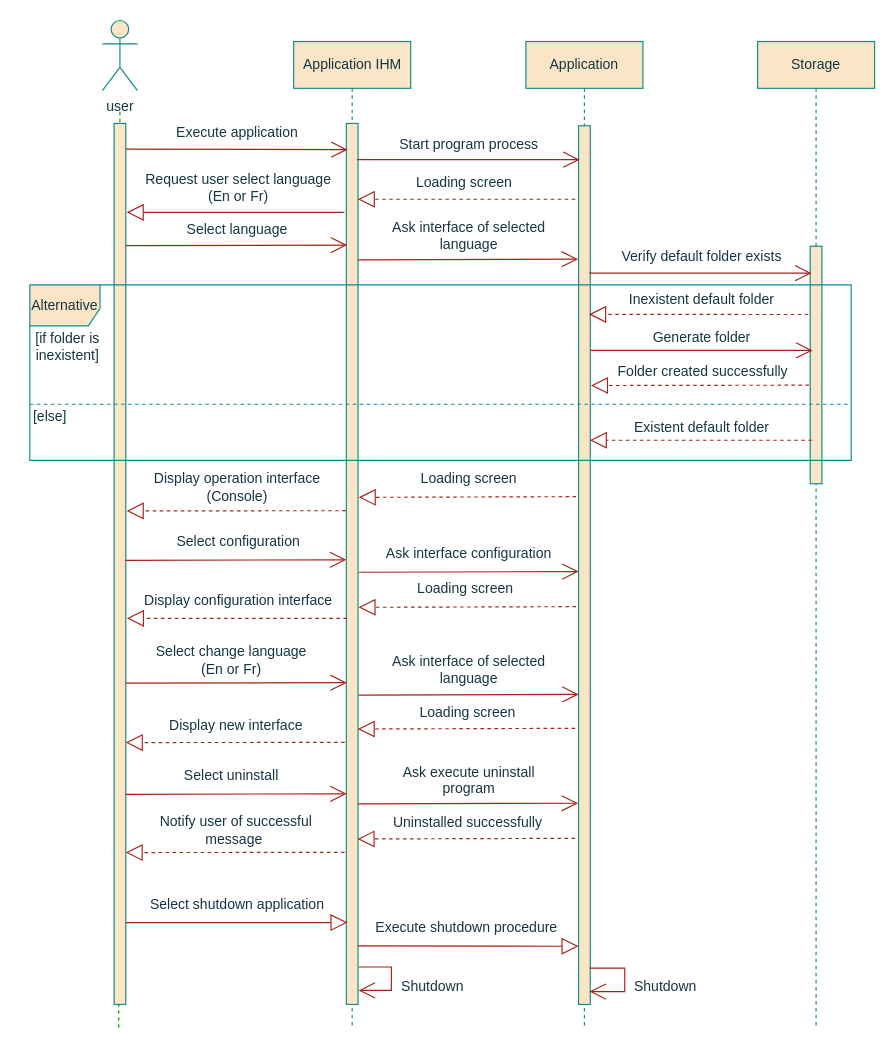
Above: configuration diagram.drawio in Weicheng178/UML (draw.io), before the change. Source tidied: cells renumbered, new cells numbered last; positions are measured from the earlier drawing's top-left corner, leaving out a move shared by most shapes. Both pictures are drawn from the tidied source at 117%, with x=0, y=0 at pixel (20, 20).
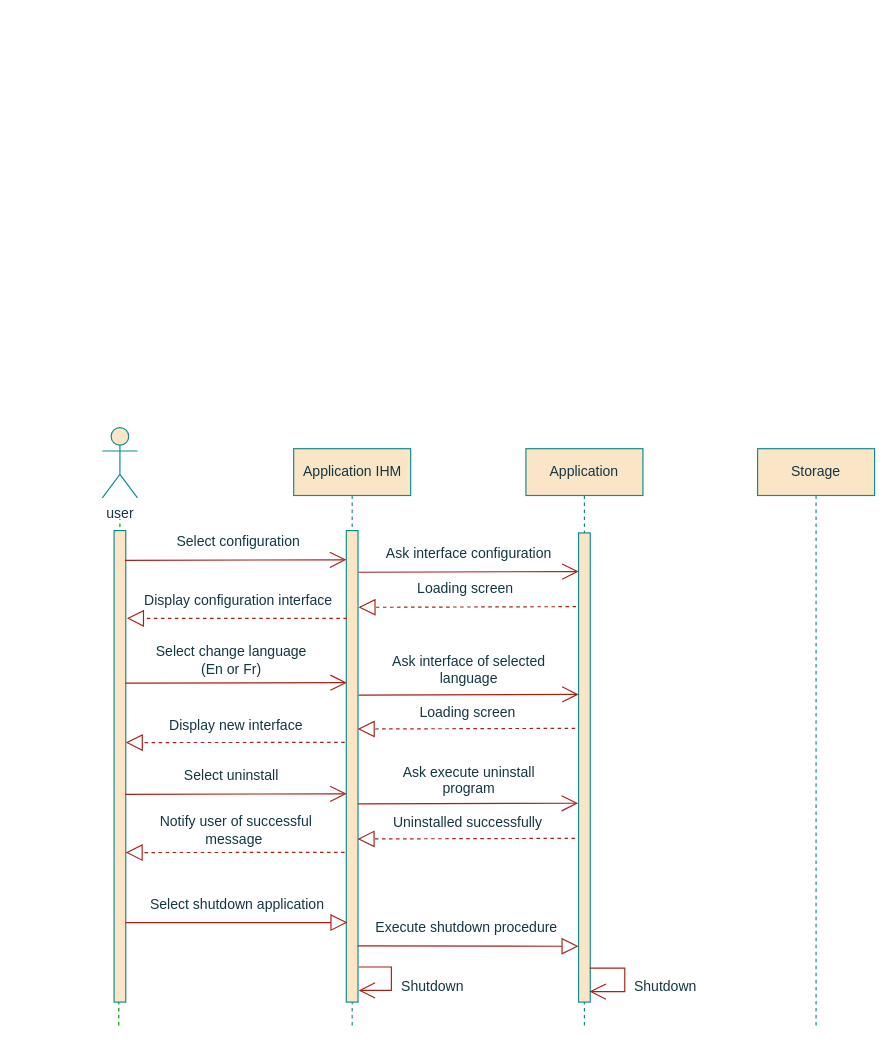
After the change.

Diff of the diagram source:
```diff
@@
     <mxCell id="2" style="endArrow=none;dashed=1;html=1;rounded=0;labelBackgroundColor=#DAD2D8;strokeColor=#009900;fontColor=#143642;" parent="1" edge="1">
       <mxGeometry relative="1" as="geometry">
-        <mxPoint x="84" y="861" as="sourcePoint" />
-        <mxPoint x="85" y="78" as="targetPoint" />
+        <mxPoint x="84" y="859" as="sourcePoint" />
+        <mxPoint x="85" y="426" as="targetPoint" />
       </mxGeometry>
     </mxCell>
     <mxCell id="3" value="&lt;span style=&quot;&quot;&gt;Application IHM&lt;/span&gt;" style="shape=umlLifeline;perimeter=lifelinePerimeter;whiteSpace=wrap;html=1;rounded=0;fillColor=#FAE5C7;strokeColor=#0F8B8D;fontColor=#143642;" parent="1" vertex="1">
-      <mxGeometry x="233.5" y="18" width="100" height="843" as="geometry" />
+      <mxGeometry x="233.5" y="366" width="100" height="493" as="geometry" />
     </mxCell>
     <mxCell id="4" value="user" style="shape=umlActor;verticalLabelPosition=bottom;verticalAlign=top;html=1;rounded=0;fillColor=#FAE5C7;strokeColor=#0F8B8D;fontColor=#143642;" parent="1" vertex="1">
-      <mxGeometry x="70" width="30" height="60" as="geometry" />
+      <mxGeometry x="70" y="348" width="30" height="60" as="geometry" />
     </mxCell>
     <mxCell id="5" value="&lt;span style=&quot;&quot;&gt;Application&lt;/span&gt;" style="shape=umlLifeline;perimeter=lifelinePerimeter;whiteSpace=wrap;html=1;rounded=0;fillColor=#FAE5C7;strokeColor=#0F8B8D;fontColor=#143642;" parent="1" vertex="1">
-      <mxGeometry x="432" y="18" width="100" height="843" as="geometry" />
+      <mxGeometry x="432" y="366" width="100" height="493" as="geometry" />
     </mxCell>
     <mxCell id="6" value="&lt;span style=&quot;&quot;&gt;Storage&lt;/span&gt;" style="shape=umlLifeline;perimeter=lifelinePerimeter;whiteSpace=wrap;html=1;rounded=0;fillColor=#FAE5C7;strokeColor=#0F8B8D;fontColor=#143642;" parent="1" vertex="1">
-      <mxGeometry x="630" y="18" width="100" height="843" as="geometry" />
+      <mxGeometry x="630" y="366" width="100" height="493" as="geometry" />
     </mxCell>
     <mxCell id="7" style="html=1;perimeter=orthogonalPerimeter;rounded=0;glass=0;labelBackgroundColor=none;fillStyle=auto;fillColor=#FAE5C7;strokeColor=#0F8B8D;fontColor=#143642;" parent="1" vertex="1">
-      <mxGeometry x="80" y="88" width="10" height="753" as="geometry" />
+      <mxGeometry x="80" y="436" width="10" height="403" as="geometry" />
     </mxCell>
     <mxCell id="8" style="html=1;perimeter=orthogonalPerimeter;rounded=0;glass=0;labelBackgroundColor=none;fillStyle=auto;fillColor=#FAE5C7;strokeColor=#0F8B8D;fontColor=#143642;" parent="1" vertex="1">
-      <mxGeometry x="278.5" y="88" width="10" height="753" as="geometry" />
+      <mxGeometry x="278.5" y="436" width="10" height="403" as="geometry" />
     </mxCell>
     <mxCell id="9" style="html=1;perimeter=orthogonalPerimeter;rounded=0;glass=0;labelBackgroundColor=none;fillStyle=auto;fillColor=#FAE5C7;strokeColor=#0F8B8D;fontColor=#143642;" parent="1" vertex="1">
-      <mxGeometry x="477" y="90" width="10" height="751" as="geometry" />
+      <mxGeometry x="477" y="438" width="10" height="401" as="geometry" />
     </mxCell>
@@
-    <mxCell id="34" style="html=1;perimeter=orthogonalPerimeter;rounded=0;glass=0;labelBackgroundColor=none;fillStyle=auto;fillColor=#FAE5C7;strokeColor=#0F8B8D;fontColor=#143642;" parent="1" vertex="1">
-      <mxGeometry x="675" y="193" width="10" height="203" as="geometry" />
-    </mxCell>
-    <mxCell id="35" style="endArrow=block;dashed=1;endFill=0;endSize=12;html=1;rounded=0;exitX=-0.161;exitY=0.058;exitDx=0;exitDy=0;exitPerimeter=0;labelBackgroundColor=#DAD2D8;strokeColor=#A8201A;fontColor=#143642;" parent="1" edge="1">
-      <mxGeometry relative="1" as="geometry">
-        <mxPoint x="673.4" y="251.3" as="sourcePoint" />
-        <mxPoint x="486" y="251.2" as="targetPoint" />
-      </mxGeometry>
-    </mxCell>
-    <mxCell id="36" style="endArrow=block;dashed=1;endFill=0;endSize=12;html=1;rounded=0;labelBackgroundColor=#DAD2D8;strokeColor=#A8201A;fontColor=#143642;" parent="1" edge="1">
-      <mxGeometry relative="1" as="geometry">
-        <mxPoint x="474.2" y="152.8" as="sourcePoint" />
-        <mxPoint x="288.3" y="152.8" as="targetPoint" />
-      </mxGeometry>
-    </mxCell>
-    <mxCell id="37" style="endArrow=open;endFill=1;endSize=12;html=1;rounded=0;targetPerimeterSpacing=-4;sourcePerimeterSpacing=3;labelBackgroundColor=#DAD2D8;strokeColor=#A8201A;fontColor=#143642;" parent="1" edge="1">
-      <mxGeometry relative="1" as="geometry">
-        <mxPoint x="487" y="282" as="sourcePoint" />
-        <mxPoint x="677" y="282" as="targetPoint" />
-      </mxGeometry>
-    </mxCell>
-    <mxCell id="38" style="endArrow=block;dashed=1;endFill=0;endSize=12;html=1;rounded=0;targetPerimeterSpacing=-4;sourcePerimeterSpacing=3;labelBackgroundColor=#DAD2D8;strokeColor=#A8201A;fontColor=#143642;" parent="1" edge="1">
-      <mxGeometry relative="1" as="geometry">
-        <mxPoint x="676.4" y="358.8" as="sourcePoint" />
-        <mxPoint x="486.6" y="358.8" as="targetPoint" />
-      </mxGeometry>
-    </mxCell>
-    <mxCell id="39" style="endArrow=open;endFill=1;endSize=12;html=1;rounded=0;entryX=0.118;entryY=0.021;entryDx=0;entryDy=0;entryPerimeter=0;labelBackgroundColor=#DAD2D8;strokeColor=#A8201A;fontColor=#143642;" parent="1" edge="1">
-      <mxGeometry relative="1" as="geometry">
-        <mxPoint x="90" y="110" as="sourcePoint" />
-        <mxPoint x="279.6" y="110.4" as="targetPoint" />
-      </mxGeometry>
-    </mxCell>
-    <mxCell id="40" value="Start program process" style="text;html=1;align=center;verticalAlign=middle;strokeColor=none;fillColor=none;rounded=0;fontColor=#143642;" parent="1" vertex="1">
-      <mxGeometry x="313" y="91" width="140" height="30" as="geometry" />
-    </mxCell>
-    <mxCell id="41" style="endArrow=open;endFill=1;endSize=12;html=1;rounded=0;exitX=0.913;exitY=0.022;exitDx=0;exitDy=0;exitPerimeter=0;labelBackgroundColor=#DAD2D8;strokeColor=#A8201A;fontColor=#143642;" parent="1" edge="1">
-      <mxGeometry relative="1" as="geometry">
-        <mxPoint x="287.6" y="119" as="sourcePoint" />
-        <mxPoint x="478" y="119" as="targetPoint" />
-      </mxGeometry>
-    </mxCell>
-    <mxCell id="42" style="endArrow=block;dashed=1;endFill=0;endSize=12;html=1;rounded=0;exitX=-0.125;exitY=0.144;exitDx=0;exitDy=0;exitPerimeter=0;labelBackgroundColor=#DAD2D8;strokeColor=#A8201A;fontColor=#143642;" parent="1" edge="1">
-      <mxGeometry relative="1" as="geometry">
-        <mxPoint x="278" y="419" as="sourcePoint" />
-        <mxPoint x="90.8" y="419.2" as="targetPoint" />
-      </mxGeometry>
-    </mxCell>
-    <mxCell id="43" value="Verify default folder exists" style="text;html=1;align=center;verticalAlign=middle;strokeColor=none;fillColor=none;rounded=0;fontColor=#143642;" parent="1" vertex="1">
-      <mxGeometry x="501.5" y="187" width="160" height="30" as="geometry" />
-    </mxCell>
-    <mxCell id="44" value="Alternative" style="shape=umlFrame;whiteSpace=wrap;html=1;width=60;height=35;fillColor=#FAE5C7;strokeColor=#0F8B8D;fontColor=#143642;rounded=0;" parent="1" vertex="1">
-      <mxGeometry x="8" y="226" width="702" height="150" as="geometry" />
-    </mxCell>
-    <mxCell id="45" value="Loading screen" style="text;html=1;align=center;verticalAlign=middle;strokeColor=none;fillColor=none;rounded=0;fontColor=#143642;" parent="1" vertex="1">
-      <mxGeometry x="324" y="124" width="110" height="30" as="geometry" />
-    </mxCell>
-    <mxCell id="46" value="[if folder is &lt;br&gt;inexistent]" style="text;html=1;align=center;verticalAlign=middle;strokeColor=none;fillColor=none;fontColor=#143642;rounded=0;" parent="1" vertex="1">
-      <mxGeometry y="259" width="80" height="40" as="geometry" />
-    </mxCell>
-    <mxCell id="47" value="[else]" style="text;html=1;align=center;verticalAlign=middle;strokeColor=none;fillColor=none;fontColor=#143642;rounded=0;" parent="1" vertex="1">
-      <mxGeometry y="324" width="50" height="30" as="geometry" />
-    </mxCell>
-    <mxCell id="48" value="Inexistent default folder" style="text;html=1;align=center;verticalAlign=middle;strokeColor=none;fillColor=none;rounded=0;fontColor=#143642;" parent="1" vertex="1">
-      <mxGeometry x="507" y="224.2" width="150" height="30" as="geometry" />
-    </mxCell>
-    <mxCell id="49" style="line;strokeWidth=1;fillColor=none;align=left;verticalAlign=middle;spacingTop=-1;spacingLeft=3;spacingRight=3;labelPosition=right;dashed=1;labelBackgroundColor=#DAD2D8;strokeColor=#0F8B8D;fontColor=#143642;rounded=0;" parent="1" vertex="1">
-      <mxGeometry x="8" y="324" width="700" height="8" as="geometry" />
-    </mxCell>
-    <mxCell id="50" value="Generate folder" style="text;html=1;align=center;verticalAlign=middle;strokeColor=none;fillColor=none;rounded=0;fontColor=#143642;" parent="1" vertex="1">
-      <mxGeometry x="527.4" y="256" width="110" height="30" as="geometry" />
-    </mxCell>
-    <mxCell id="51" value="Existent default folder" style="text;html=1;align=center;verticalAlign=middle;strokeColor=none;fillColor=none;rounded=0;fontColor=#143642;" parent="1" vertex="1">
-      <mxGeometry x="511.5" y="333" width="140" height="30" as="geometry" />
-    </mxCell>
-    <mxCell id="52" value="Display operation interface&lt;br&gt;(Console)" style="text;html=1;align=center;verticalAlign=middle;strokeColor=none;fillColor=none;rounded=0;fontColor=#143642;" parent="1" vertex="1">
-      <mxGeometry x="100" y="379" width="170" height="40" as="geometry" />
-    </mxCell>
-    <mxCell id="53" style="endArrow=open;endFill=1;endSize=12;html=1;rounded=0;targetPerimeterSpacing=-4;sourcePerimeterSpacing=3;labelBackgroundColor=#DAD2D8;strokeColor=#A8201A;fontColor=#143642;" parent="1" edge="1">
-      <mxGeometry relative="1" as="geometry">
-        <mxPoint x="486.1" y="216" as="sourcePoint" />
-        <mxPoint x="676.1" y="216" as="targetPoint" />
-      </mxGeometry>
-    </mxCell>
-    <mxCell id="54" style="endArrow=block;dashed=1;endFill=0;endSize=12;html=1;rounded=0;targetPerimeterSpacing=-4;sourcePerimeterSpacing=3;exitX=-0.099;exitY=0.603;exitDx=0;exitDy=0;exitPerimeter=0;labelBackgroundColor=#DAD2D8;strokeColor=#A8201A;fontColor=#143642;" parent="1" edge="1">
-      <mxGeometry relative="1" as="geometry">
-        <mxPoint x="674" y="311.7" as="sourcePoint" />
-        <mxPoint x="487.6" y="312" as="targetPoint" />
-      </mxGeometry>
-    </mxCell>
-    <mxCell id="55" value="Folder created successfully" style="text;html=1;align=center;verticalAlign=middle;strokeColor=none;fillColor=none;rounded=0;fontColor=#143642;" parent="1" vertex="1">
-      <mxGeometry x="497.5" y="285" width="170" height="30" as="geometry" />
-    </mxCell>
-    <mxCell id="56" value="Request user select language&lt;br&gt;(En or Fr)" style="text;html=1;align=center;verticalAlign=middle;strokeColor=none;fillColor=none;rounded=0;fontColor=#143642;" parent="1" vertex="1">
-      <mxGeometry x="95.8" y="123" width="180" height="40" as="geometry" />
-    </mxCell>
-    <mxCell id="57" style="endArrow=block;endFill=0;endSize=12;html=1;rounded=0;labelBackgroundColor=#DAD2D8;strokeColor=#A8201A;fontColor=#143642;" parent="1" edge="1">
-      <mxGeometry relative="1" as="geometry">
-        <mxPoint x="276.8" y="164" as="sourcePoint" />
-        <mxPoint x="90.8" y="164" as="targetPoint" />
-      </mxGeometry>
-    </mxCell>
-    <mxCell id="58" value="Select language" style="text;html=1;align=center;verticalAlign=middle;strokeColor=none;fillColor=none;rounded=0;fontColor=#143642;" parent="1" vertex="1">
-      <mxGeometry x="130" y="164" width="110" height="30" as="geometry" />
-    </mxCell>
-    <mxCell id="59" style="endArrow=open;endFill=1;endSize=12;html=1;rounded=0;entryX=0.071;entryY=0.165;entryDx=0;entryDy=0;entryPerimeter=0;labelBackgroundColor=#DAD2D8;strokeColor=#A8201A;fontColor=#143642;" parent="1" edge="1">
-      <mxGeometry relative="1" as="geometry">
-        <mxPoint x="90" y="192.4" as="sourcePoint" />
-        <mxPoint x="279.2" y="192" as="targetPoint" />
-      </mxGeometry>
-    </mxCell>
-    <mxCell id="60" value="Loading screen" style="text;html=1;align=center;verticalAlign=middle;strokeColor=none;fillColor=none;rounded=0;fontColor=#143642;" parent="1" vertex="1">
-      <mxGeometry x="327.8" y="377" width="110" height="30" as="geometry" />
-    </mxCell>
-    <mxCell id="61" style="endArrow=block;dashed=1;endFill=0;endSize=12;html=1;rounded=0;exitX=-0.211;exitY=0.186;exitDx=0;exitDy=0;exitPerimeter=0;labelBackgroundColor=#DAD2D8;strokeColor=#A8201A;fontColor=#143642;" parent="1" edge="1">
-      <mxGeometry relative="1" as="geometry">
-        <mxPoint x="474.9" y="407" as="sourcePoint" />
-        <mxPoint x="289.1" y="407.6" as="targetPoint" />
-      </mxGeometry>
-    </mxCell>
-    <mxCell id="62" style="endArrow=open;endFill=1;endSize=12;html=1;rounded=0;entryX=-0.083;entryY=0.173;entryDx=0;entryDy=0;entryPerimeter=0;labelBackgroundColor=#DAD2D8;strokeColor=#A8201A;fontColor=#143642;" parent="1" edge="1">
-      <mxGeometry relative="1" as="geometry">
-        <mxPoint x="288.5" y="204.6" as="sourcePoint" />
-        <mxPoint x="476.6" y="204" as="targetPoint" />
-      </mxGeometry>
-    </mxCell>
-    <mxCell id="63" value="Ask interface of selected &lt;br&gt;language" style="text;html=1;align=center;verticalAlign=middle;strokeColor=none;fillColor=none;rounded=0;fontColor=#143642;" parent="1" vertex="1">
-      <mxGeometry x="307.8" y="164" width="150" height="40" as="geometry" />
-    </mxCell>
-    <mxCell id="64" value="Execute application" style="text;html=1;align=center;verticalAlign=middle;strokeColor=none;fillColor=none;rounded=0;fontColor=#143642;" parent="1" vertex="1">
-      <mxGeometry x="120" y="81" width="130" height="30" as="geometry" />
-    </mxCell>
```
